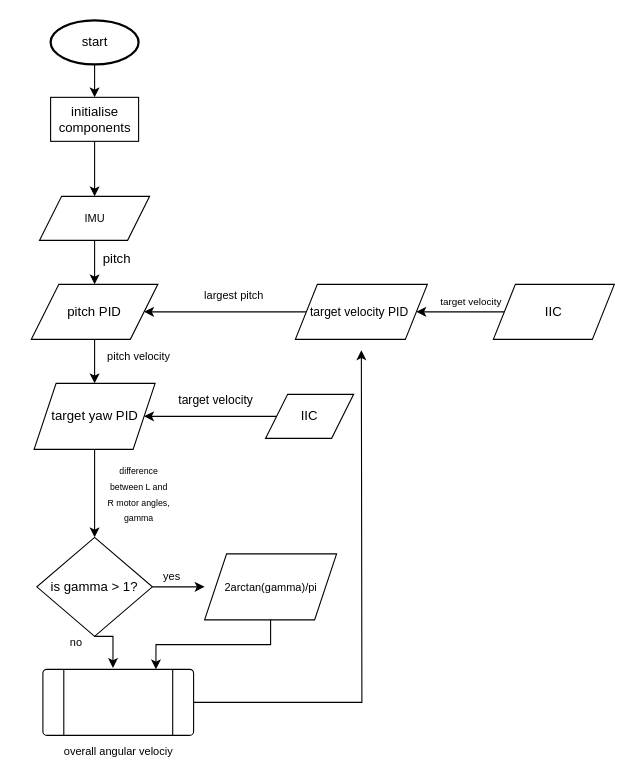
Above: docs/AIPS_Workflow.drawio in bryanli-ucl/AIPS (draw.io), before the change. Source tidied: cells renumbered, new cells numbered last; positions are measured from the earlier drawing's top-left corner, leaving out a move shared by most shapes. Both pictures are drawn from the tidied source at 110%, with x=0, y=0 at pixel (31, 20).
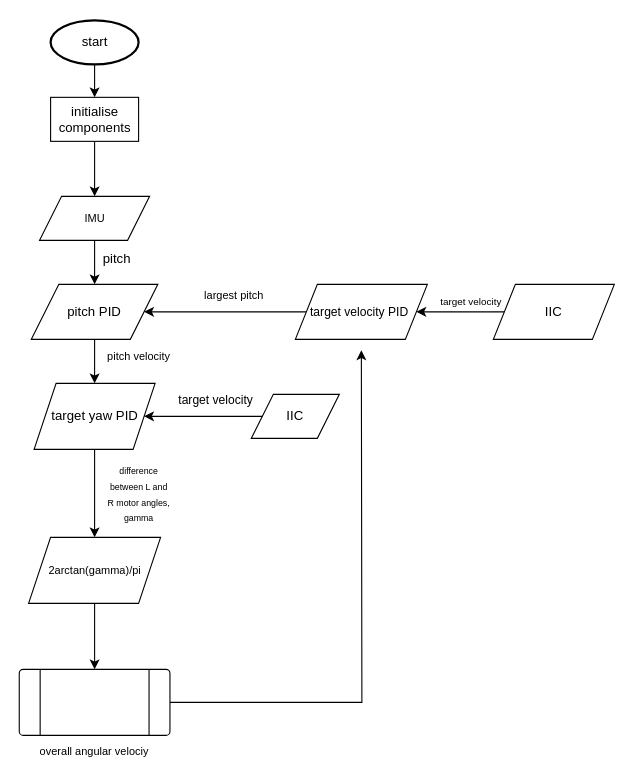
The same page after the edit.

Unchanged cells that the change refers to:
```xml
<mxCell id="12" value="target yaw PID" style="shape=parallelogram;perimeter=parallelogramPerimeter;whiteSpace=wrap;html=1;fixedSize=1;" parent="1" vertex="1">
  <mxGeometry x="2.5" y="330" width="110" height="60" as="geometry" />
</mxCell>
```

Change to the diagram source:
```diff
@@
-    <mxCell id="11" style="edgeStyle=orthogonalEdgeStyle;rounded=0;jettySize=auto;html=1;exitX=0.5;exitY=1;exitDx=0;exitDy=0;entryX=0.5;entryY=0;entryDx=0;entryDy=0;" parent="1" edge="1" source="12" target="16">
-      <mxGeometry relative="1" as="geometry" />
+    <mxCell id="11" style="edgeStyle=orthogonalEdgeStyle;rounded=0;jettySize=auto;html=1;exitX=0.5;exitY=1;exitDx=0;exitDy=0;entryX=0.5;entryY=0;entryDx=0;entryDy=0;" parent="1" edge="1" source="12">
+      <mxGeometry relative="1" as="geometry">
+        <mxPoint x="57.5" y="470" as="targetPoint" />
+      </mxGeometry>
     </mxCell>
@@
-    <mxCell id="15" style="edgeStyle=orthogonalEdgeStyle;rounded=0;jettySize=auto;html=1;exitX=1;exitY=0.5;exitDx=0;exitDy=0;entryX=0;entryY=0.5;entryDx=0;entryDy=0;" parent="1" edge="1" source="16">
-      <mxGeometry relative="1" as="geometry">
-        <mxPoint x="157.5" y="515" as="targetPoint" />
-        <Array as="points">
-          <mxPoint x="147.5" y="515" />
-        </Array>
-      </mxGeometry>
-    </mxCell>
-    <mxCell id="16" value="&lt;font&gt;is gamma &amp;gt; 1?&lt;/font&gt;" style="rhombus;whiteSpace=wrap;html=1;" parent="1" vertex="1">
-      <mxGeometry x="5" y="470" width="105" height="90" as="geometry" />
-    </mxCell>
-    <mxCell id="17" value="&lt;font style=&quot;font-size: 10px;&quot;&gt;yes&lt;/font&gt;" style="text;html=1;whiteSpace=wrap;strokeColor=none;fillColor=none;align=center;verticalAlign=middle;rounded=0;" parent="1" vertex="1">
-      <mxGeometry x="97.5" y="490" width="60" height="30" as="geometry" />
-    </mxCell>
@@
     <mxCell id="25" value="IIC" style="shape=parallelogram;perimeter=parallelogramPerimeter;whiteSpace=wrap;html=1;fixedSize=1;" parent="1" vertex="1">
-      <mxGeometry x="213" y="340" width="80" height="40" as="geometry" />
+      <mxGeometry x="200" y="340" width="80" height="40" as="geometry" />
     </mxCell>
@@
     <mxCell id="28" value="&lt;font style=&quot;font-size: 10px;&quot;&gt;overall angular velociy&lt;/font&gt;" style="verticalLabelPosition=bottom;verticalAlign=top;html=1;shape=process;whiteSpace=wrap;rounded=1;size=0.14;arcSize=6;" parent="1" vertex="1">
-      <mxGeometry x="10.5" y="590" width="137" height="60" as="geometry" />
+      <mxGeometry x="-11" y="590" width="137" height="60" as="geometry" />
     </mxCell>
+    <mxCell id="30" value="&lt;font style=&quot;font-size: 10px;&quot;&gt;2arctan(gamma)/pi&lt;/font&gt;" style="shape=parallelogram;perimeter=parallelogramPerimeter;whiteSpace=wrap;html=1;fixedSize=1;" parent="1" vertex="1">
+      <mxGeometry x="-2.5" y="470" width="120" height="60" as="geometry" />
+    </mxCell>
-    <mxCell id="29" style="edgeStyle=orthogonalEdgeStyle;rounded=0;jettySize=auto;html=1;exitX=0.5;exitY=1;exitDx=0;exitDy=0;entryX=0.75;entryY=0;entryDx=0;entryDy=0;" parent="1" edge="1" source="30" target="28">
+    <mxCell id="29" style="edgeStyle=orthogonalEdgeStyle;rounded=0;jettySize=auto;html=1;entryX=0.5;entryY=0;entryDx=0;entryDy=0;" parent="1" edge="1" source="30" target="28">
       <mxGeometry relative="1" as="geometry" />
     </mxCell>
-    <mxCell id="30" value="&lt;font style=&quot;font-size: 10px;&quot;&gt;2arctan(gamma)/pi&lt;/font&gt;" style="shape=parallelogram;perimeter=parallelogramPerimeter;whiteSpace=wrap;html=1;fixedSize=1;" parent="1" vertex="1">
-      <mxGeometry x="157.5" y="485" width="120" height="60" as="geometry" />
-    </mxCell>
-    <mxCell id="31" style="edgeStyle=orthogonalEdgeStyle;rounded=0;jettySize=auto;html=1;exitX=0.5;exitY=1;exitDx=0;exitDy=0;entryX=0.465;entryY=-0.02;entryDx=0;entryDy=0;entryPerimeter=0;" parent="1" edge="1" source="16" target="28">
-      <mxGeometry relative="1" as="geometry" />
-    </mxCell>
-    <mxCell id="32" value="&lt;font style=&quot;font-size: 10px;&quot;&gt;no&lt;/font&gt;" style="text;html=1;whiteSpace=wrap;strokeColor=none;fillColor=none;align=center;verticalAlign=middle;rounded=0;" parent="1" vertex="1">
-      <mxGeometry x="10.5" y="550" width="60" height="30" as="geometry" />
-    </mxCell>
```
